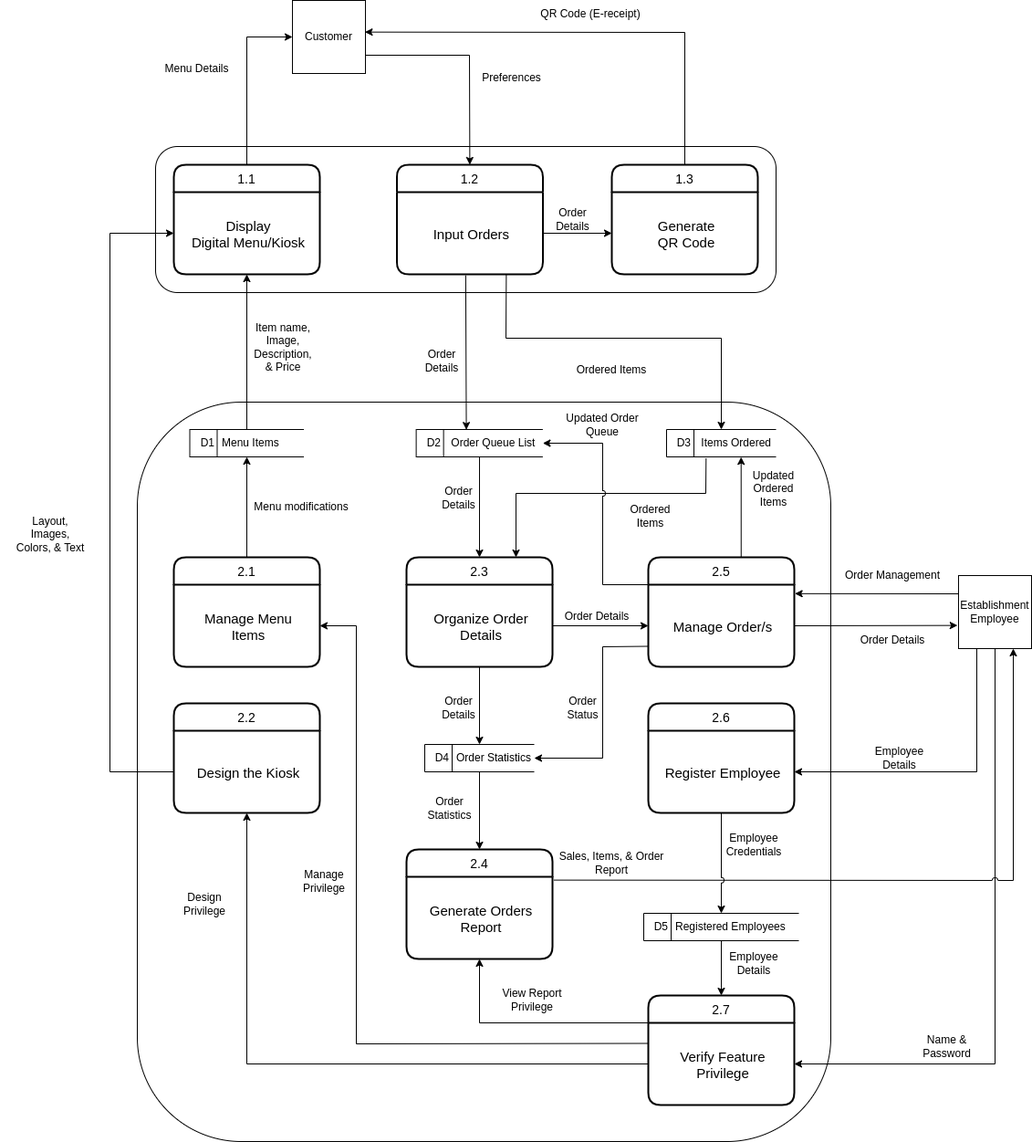
Earlier version of the draw.io export DOCS/Diagrams/Data Flow Diagram 2.png (alexxGmZ/MenuMaApp). Source tidied: cells renumbered, new cells last; positions are measured from the earlier drawing's top-left corner, leaving out a move shared by most shapes.
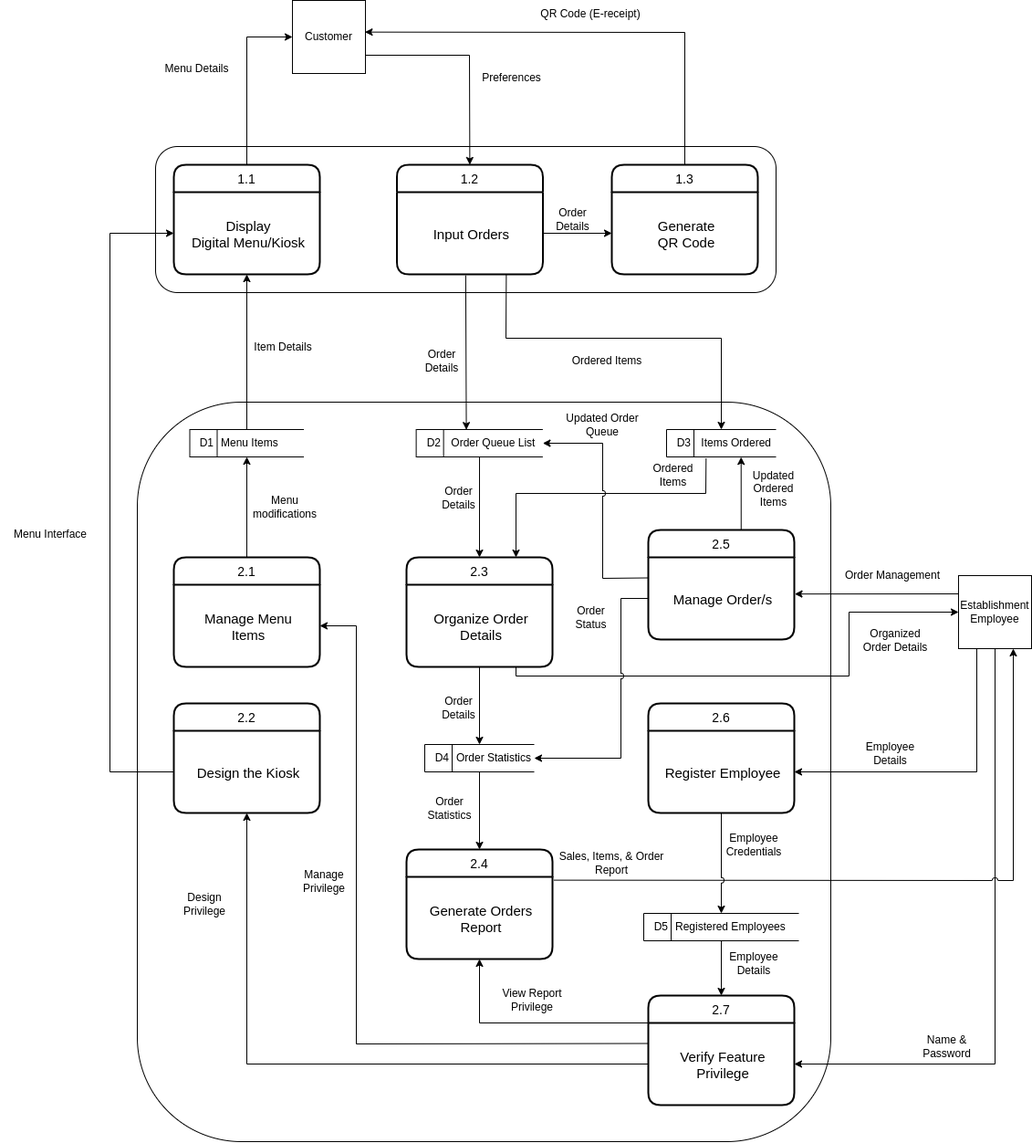
Above is the later version.

Commit message:
diagram(dfd): redirect organize order details to employee

What changed in the source:
```diff
@@ -11,7 +11,7 @@
     <mxCell id="4" value="Customer" style="whiteSpace=wrap;html=1;" parent="1" vertex="1">
       <mxGeometry x="320" width="80" height="80" as="geometry" />
     </mxCell>
-    <mxCell id="5" style="edgeStyle=none;rounded=0;jumpStyle=arc;html=1;exitX=0;exitY=0.25;exitDx=0;exitDy=0;entryX=1.004;entryY=0.109;entryDx=0;entryDy=0;entryPerimeter=0;" parent="1" edge="1" source="8" target="28">
+    <mxCell id="5" style="edgeStyle=none;rounded=0;jumpStyle=arc;html=1;exitX=0;exitY=0.25;exitDx=0;exitDy=0;entryX=1.003;entryY=0.446;entryDx=0;entryDy=0;entryPerimeter=0;" parent="1" edge="1" source="8" target="28">
       <mxGeometry relative="1" as="geometry" />
     </mxCell>
     <mxCell id="6" style="edgeStyle=none;rounded=0;jumpStyle=arc;html=1;exitX=0.25;exitY=1;exitDx=0;exitDy=0;entryX=1;entryY=0.5;entryDx=0;entryDy=0;" parent="1" edge="1" source="8" target="45">
@@ -99,7 +99,7 @@
       <mxGeometry relative="1" as="geometry" />
     </mxCell>
     <mxCell id="27" value="2.5" style="swimlane;horizontal=1;startSize=30;rounded=1;fontSize=14;fontStyle=0;strokeWidth=2;shadow=0;dashed=0;align=center;" parent="1" vertex="1">
-      <mxGeometry x="710" y="610" width="160" height="120" as="geometry" />
+      <mxGeometry x="710" y="580" width="160" height="120" as="geometry" />
     </mxCell>
     <mxCell id="28" value="Manage Order/s" style="align=center;strokeColor=none;fillColor=none;spacingLeft=4;fontSize=15;verticalAlign=middle;" parent="27" vertex="1">
       <mxGeometry y="30" width="160" height="90" as="geometry" />
@@ -184,20 +184,23 @@
         </Array>
       </mxGeometry>
     </mxCell>
-    <mxCell id="51" style="edgeStyle=none;rounded=0;html=1;exitX=1;exitY=0.5;exitDx=0;exitDy=0;" parent="1" edge="1" source="31" target="28">
-      <mxGeometry relative="1" as="geometry" />
+    <mxCell id="51" style="edgeStyle=none;rounded=0;html=1;exitX=0.75;exitY=1;exitDx=0;exitDy=0;entryX=0;entryY=0.5;entryDx=0;entryDy=0;" parent="1" edge="1" source="31" target="8">
+      <mxGeometry relative="1" as="geometry">
+        <Array as="points">
+          <mxPoint x="565" y="740" />
+          <mxPoint x="930" y="740" />
+          <mxPoint x="930" y="670" />
+        </Array>
+      </mxGeometry>
     </mxCell>
-    <mxCell id="52" style="edgeStyle=none;rounded=0;html=1;exitX=0;exitY=0.25;exitDx=0;exitDy=0;entryX=1;entryY=0.5;entryDx=0;entryDy=0;jumpStyle=arc;" parent="1" edge="1" source="27" target="18">
+    <mxCell id="52" style="edgeStyle=none;rounded=0;html=1;exitX=0;exitY=0.25;exitDx=0;exitDy=0;entryX=1;entryY=0.5;entryDx=0;entryDy=0;jumpStyle=arc;" parent="1" edge="1" source="28" target="18">
       <mxGeometry relative="1" as="geometry">
         <Array as="points">
-          <mxPoint x="660" y="640" />
+          <mxPoint x="660" y="633" />
           <mxPoint x="660" y="485" />
         </Array>
       </mxGeometry>
     </mxCell>
-    <mxCell id="53" style="edgeStyle=none;rounded=0;jumpStyle=arc;html=1;exitX=1;exitY=0.5;exitDx=0;exitDy=0;entryX=-0.015;entryY=0.683;entryDx=0;entryDy=0;entryPerimeter=0;" parent="1" edge="1" source="28" target="8">
-      <mxGeometry relative="1" as="geometry" />
-    </mxCell>
     <mxCell id="54" style="edgeStyle=none;rounded=0;jumpStyle=arc;html=1;exitX=0.5;exitY=1;exitDx=0;exitDy=0;" parent="1" edge="1" source="45" target="47">
       <mxGeometry relative="1" as="geometry" />
     </mxCell>
@@ -208,11 +211,11 @@
         </Array>
       </mxGeometry>
     </mxCell>
-    <mxCell id="56" style="edgeStyle=none;rounded=0;jumpStyle=arc;html=1;exitX=0;exitY=0.75;exitDx=0;exitDy=0;entryX=1;entryY=0.5;entryDx=0;entryDy=0;" parent="1" edge="1" source="28" target="33">
+    <mxCell id="56" style="edgeStyle=none;rounded=0;jumpStyle=arc;html=1;exitX=0;exitY=0.5;exitDx=0;exitDy=0;entryX=1;entryY=0.5;entryDx=0;entryDy=0;" parent="1" edge="1" source="28" target="33">
       <mxGeometry relative="1" as="geometry">
         <Array as="points">
-          <mxPoint x="660" y="708" />
-          <mxPoint x="660" y="830" />
+          <mxPoint x="680" y="655" />
+          <mxPoint x="680" y="830" />
         </Array>
       </mxGeometry>
     </mxCell>
@@ -242,13 +245,13 @@
     <mxCell id="60" value="QR Code (E-receipt)" style="text;html=1;strokeColor=none;fillColor=none;align=center;verticalAlign=middle;whiteSpace=wrap;rounded=0;" parent="1" vertex="1">
       <mxGeometry x="564.4" width="165.6" height="30" as="geometry" />
     </mxCell>
-    <mxCell id="61" value="Layout,&lt;br&gt;Images,&lt;br&gt;Colors, &amp;amp; Text" style="text;html=1;strokeColor=none;fillColor=none;align=center;verticalAlign=middle;whiteSpace=wrap;rounded=0;" parent="1" vertex="1">
+    <mxCell id="61" value="Menu Interface" style="text;html=1;strokeColor=none;fillColor=none;align=center;verticalAlign=middle;whiteSpace=wrap;rounded=0;" parent="1" vertex="1">
       <mxGeometry y="570" width="110" height="30" as="geometry" />
     </mxCell>
     <mxCell id="62" value="Manage&lt;br&gt;Privilege" style="text;html=1;strokeColor=none;fillColor=none;align=center;verticalAlign=middle;whiteSpace=wrap;rounded=0;" parent="1" vertex="1">
       <mxGeometry x="320" y="950" width="70" height="30" as="geometry" />
     </mxCell>
-    <mxCell id="63" value="Item name,&lt;br&gt;Image, Description,&lt;br&gt;&amp;amp; Price" style="text;html=1;strokeColor=none;fillColor=none;align=center;verticalAlign=middle;whiteSpace=wrap;rounded=0;" parent="1" vertex="1">
+    <mxCell id="63" value="Item Details" style="text;html=1;strokeColor=none;fillColor=none;align=center;verticalAlign=middle;whiteSpace=wrap;rounded=0;" parent="1" vertex="1">
       <mxGeometry x="265" y="350" width="90" height="60" as="geometry" />
     </mxCell>
     <mxCell id="64" value="Sales, Items, &amp;amp; Order&lt;br&gt;Report" style="text;html=1;strokeColor=none;fillColor=none;align=center;verticalAlign=middle;whiteSpace=wrap;rounded=0;" parent="1" vertex="1">
@@ -270,7 +273,7 @@
       <mxGeometry x="605" y="225" width="45" height="30" as="geometry" />
     </mxCell>
     <mxCell id="70" value="Ordered Items" style="text;html=1;strokeColor=none;fillColor=none;align=center;verticalAlign=middle;whiteSpace=wrap;rounded=0;" parent="1" vertex="1">
-      <mxGeometry x="630" y="390" width="80" height="30" as="geometry" />
+      <mxGeometry x="625" y="380" width="80" height="30" as="geometry" />
     </mxCell>
     <mxCell id="71" value="Updated Ordered Items" style="text;html=1;strokeColor=none;fillColor=none;align=center;verticalAlign=middle;whiteSpace=wrap;rounded=0;" parent="1" vertex="1">
       <mxGeometry x="820" y="520" width="55" height="30" as="geometry" />
@@ -278,17 +281,14 @@
     <mxCell id="72" value="Order Details" style="text;html=1;strokeColor=none;fillColor=none;align=center;verticalAlign=middle;whiteSpace=wrap;rounded=0;" parent="1" vertex="1">
       <mxGeometry x="455.6" y="380" width="55.6" height="30" as="geometry" />
     </mxCell>
-    <mxCell id="73" value="Order Details" style="text;html=1;strokeColor=none;fillColor=none;align=center;verticalAlign=middle;whiteSpace=wrap;rounded=0;" parent="1" vertex="1">
-      <mxGeometry x="611" y="665" width="85.6" height="19" as="geometry" />
+    <mxCell id="73" value="Organized&lt;br&gt;Order Details" style="text;html=1;strokeColor=none;fillColor=none;align=center;verticalAlign=middle;whiteSpace=wrap;rounded=0;" parent="1" vertex="1">
+      <mxGeometry x="937.5" y="691" width="85.6" height="19" as="geometry" />
     </mxCell>
     <mxCell id="74" value="Order Management" style="text;html=1;strokeColor=none;fillColor=none;align=center;verticalAlign=middle;whiteSpace=wrap;rounded=0;" parent="1" vertex="1">
       <mxGeometry x="922.5" y="620" width="110" height="19" as="geometry" />
     </mxCell>
-    <mxCell id="75" value="Order Details" style="text;html=1;strokeColor=none;fillColor=none;align=center;verticalAlign=middle;whiteSpace=wrap;rounded=0;" parent="1" vertex="1">
-      <mxGeometry x="917.5" y="691" width="120" height="19" as="geometry" />
-    </mxCell>
     <mxCell id="76" value="Employee Details" style="text;html=1;strokeColor=none;fillColor=none;align=center;verticalAlign=middle;whiteSpace=wrap;rounded=0;" parent="1" vertex="1">
-      <mxGeometry x="937.5" y="815" width="95" height="30" as="geometry" />
+      <mxGeometry x="928.1" y="810" width="95" height="30" as="geometry" />
     </mxCell>
     <mxCell id="77" value="Employee Credentials" style="text;html=1;strokeColor=none;fillColor=none;align=center;verticalAlign=middle;whiteSpace=wrap;rounded=0;" parent="1" vertex="1">
       <mxGeometry x="792" y="910" width="68" height="30" as="geometry" />
@@ -300,10 +300,10 @@
       <mxGeometry x="536.4" y="1080" width="93.6" height="30" as="geometry" />
     </mxCell>
     <mxCell id="80" value="Order&lt;br&gt;Status" style="text;html=1;strokeColor=none;fillColor=none;align=center;verticalAlign=middle;whiteSpace=wrap;rounded=0;" parent="1" vertex="1">
-      <mxGeometry x="616" y="760" width="45" height="30" as="geometry" />
+      <mxGeometry x="625" y="661" width="45" height="30" as="geometry" />
     </mxCell>
     <mxCell id="81" value="Ordered Items" style="text;html=1;strokeColor=none;fillColor=none;align=center;verticalAlign=middle;whiteSpace=wrap;rounded=0;" parent="1" vertex="1">
-      <mxGeometry x="675" y="550" width="75" height="30" as="geometry" />
+      <mxGeometry x="700" y="505" width="75" height="30" as="geometry" />
     </mxCell>
     <mxCell id="82" value="Updated&amp;nbsp;Order Queue" style="text;html=1;strokeColor=none;fillColor=none;align=center;verticalAlign=middle;whiteSpace=wrap;rounded=0;" parent="1" vertex="1">
       <mxGeometry x="605" y="450" width="110" height="30" as="geometry" />
@@ -311,8 +311,8 @@
     <mxCell id="83" value="Design Privilege" style="text;html=1;strokeColor=none;fillColor=none;align=center;verticalAlign=middle;whiteSpace=wrap;rounded=0;" parent="1" vertex="1">
       <mxGeometry x="190" y="975" width="67.5" height="30" as="geometry" />
     </mxCell>
-    <mxCell id="84" value="Menu modifications" style="text;html=1;strokeColor=none;fillColor=none;align=center;verticalAlign=middle;whiteSpace=wrap;rounded=0;" parent="1" vertex="1">
-      <mxGeometry x="275" y="530" width="110" height="50" as="geometry" />
+    <mxCell id="84" value="Menu &lt;br&gt;modifications" style="text;html=1;strokeColor=none;fillColor=none;align=center;verticalAlign=middle;whiteSpace=wrap;rounded=0;" parent="1" vertex="1">
+      <mxGeometry x="257.5" y="530" width="110" height="50" as="geometry" />
     </mxCell>
   </root>
 </mxGraphModel>
```
